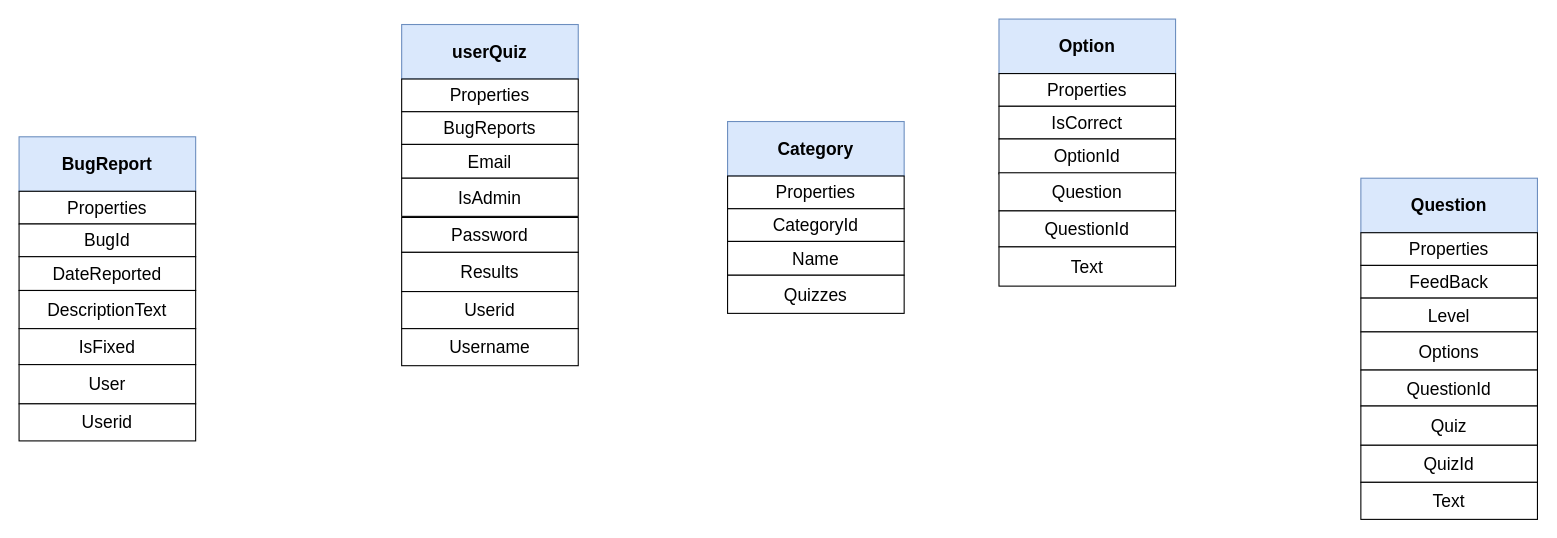
Before: page "Page-4" (4 of 4) of Diagramme sans nom.drawio in murielleflora/test-repositoire, a draw.io diagram. Source tidied: cells renumbered, new cells numbered last; positions are measured from the earlier drawing's top-left corner, leaving out a move shared by most shapes. Both pictures are drawn from the tidied source at 109%, with x=0, y=0 at pixel (19, 19).
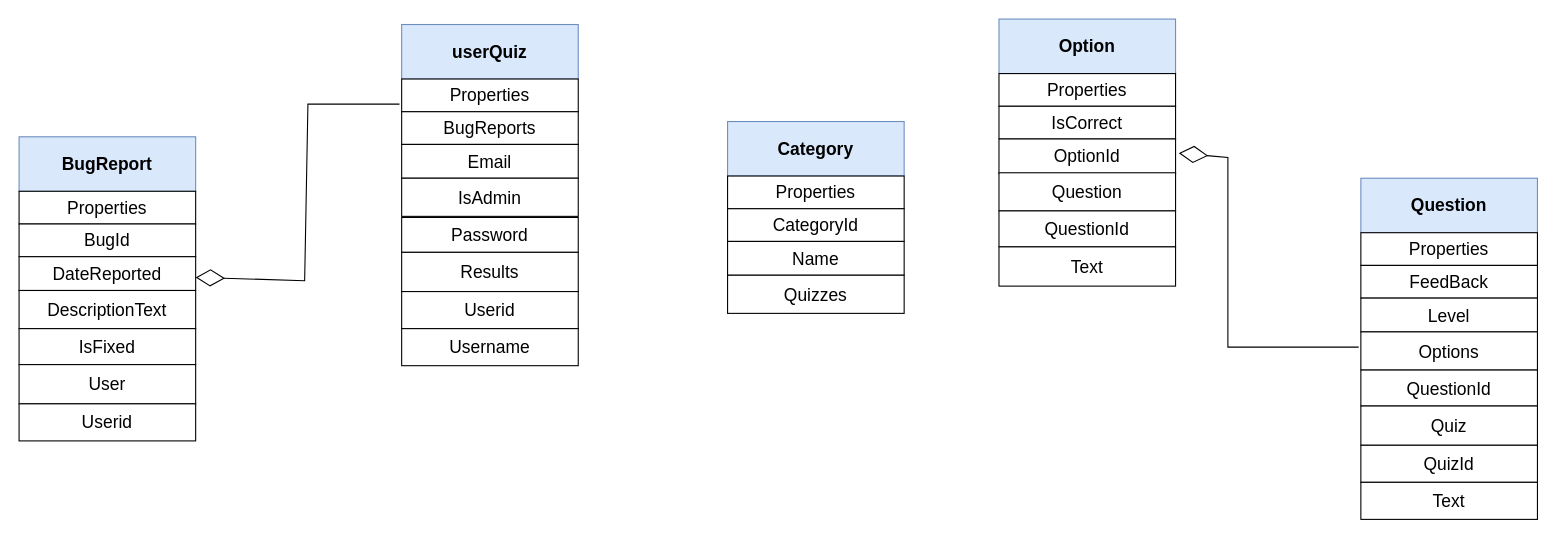
The same page after the edit.

Commit message (it also covers changes not shown here):
Mettre à jour Diagramme sans nom.drawio

Change to the diagram source:
```diff
@@
+    <mxCell id="40" style="endArrow=diamondThin;endFill=0;endSize=24;html=1;rounded=0;fontSize=12;" parent="1" edge="1">
+      <mxGeometry relative="1" as="geometry">
+        <mxPoint x="349" y="78" as="sourcePoint" />
+        <mxPoint x="162" y="237" as="targetPoint" />
+        <Array as="points">
+          <mxPoint x="265" y="78" />
+          <mxPoint x="262" y="240" />
+        </Array>
+      </mxGeometry>
+    </mxCell>
+    <mxCell id="41" style="endArrow=diamondThin;endFill=0;endSize=24;html=1;rounded=0;fontSize=12;entryX=1;entryY=0.25;entryDx=0;entryDy=0;" parent="1" edge="1">
+      <mxGeometry relative="1" as="geometry">
+        <mxPoint x="1229" y="301" as="sourcePoint" />
+        <mxPoint x="1064" y="123" as="targetPoint" />
+        <Array as="points">
+          <mxPoint x="1109" y="301" />
+          <mxPoint x="1109" y="127" />
+        </Array>
+      </mxGeometry>
+    </mxCell>
```
